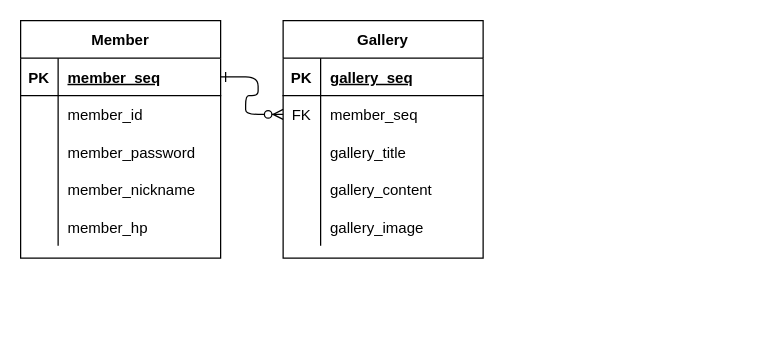
JinGoon-Kim/ccarrot_gallery keeps this draw.io diagram as Untitled Diagram.drawio. Above is the earlier version. Source tidied: cells renumbered, new cells numbered last; positions are measured from the earlier drawing's top-left corner, leaving out a move shared by most shapes. Both pictures are drawn from the tidied source at 125%, with x=0, y=0 at pixel (20, 20).
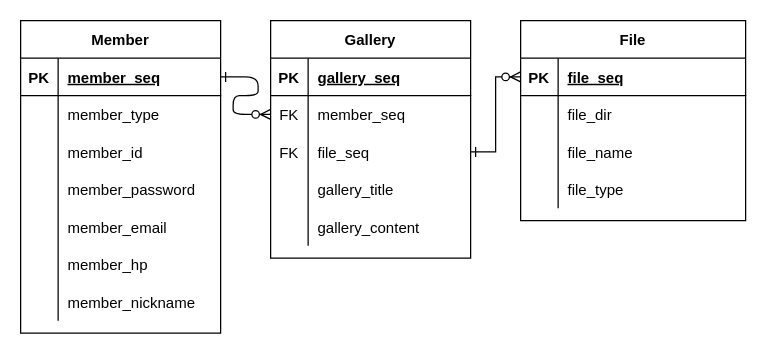
Above is the later version.

Commit message:
Ccarrot_gallery

Unchanged cells that the change refers to:
```xml
<mxCell id="23" style="shape=partialRectangle;fillColor=none;top=0;left=0;right=0;bottom=0;" parent="19" vertex="1">
  <mxGeometry y="60" width="160" height="30" as="geometry" />
</mxCell>
```

Change to the diagram source:
```diff
@@
     <mxCell id="3" value="Gallery" style="shape=table;startSize=30;childLayout=tableLayout;rowLines=0;fontStyle=1;align=center;" parent="1" vertex="1">
-      <mxGeometry x="210" width="160" height="190" as="geometry" />
+      <mxGeometry x="200" width="160" height="190" as="geometry" />
     </mxCell>
@@
+    <mxCell id="16" style="shape=partialRectangle;fillColor=none;points=[[0,0.5],[1,0.5]];portConstraint=eastwest;top=0;left=0;right=0;bottom=0;" parent="3" vertex="1">
+      <mxGeometry y="90" width="160" height="30" as="geometry" />
+    </mxCell>
+    <mxCell id="17" value="FK" style="shape=partialRectangle;overflow=hidden;fillColor=none;top=0;left=0;bottom=0;right=0;" parent="16" vertex="1">
+      <mxGeometry width="30" height="30" as="geometry" />
+    </mxCell>
+    <mxCell id="18" value="file_seq" style="shape=partialRectangle;overflow=hidden;fillColor=none;top=0;left=0;bottom=0;right=0;align=left;spacingLeft=6;" parent="16" vertex="1">
+      <mxGeometry x="30" width="130" height="30" as="geometry" />
+    </mxCell>
     <mxCell id="10" style="shape=partialRectangle;fillColor=none;top=0;left=0;right=0;bottom=0;" parent="3" vertex="1">
-      <mxGeometry y="90" width="160" height="30" as="geometry" />
+      <mxGeometry y="120" width="160" height="30" as="geometry" />
     </mxCell>
@@
     <mxCell id="13" style="shape=partialRectangle;fillColor=none;top=0;left=0;right=0;bottom=0;" parent="3" vertex="1">
-      <mxGeometry y="120" width="160" height="30" as="geometry" />
+      <mxGeometry y="150" width="160" height="30" as="geometry" />
     </mxCell>
@@
-    <mxCell id="16" style="shape=partialRectangle;fillColor=none;points=[[0,0.5],[1,0.5]];portConstraint=eastwest;top=0;left=0;right=0;bottom=0;" parent="3" vertex="1">
-      <mxGeometry y="150" width="160" height="30" as="geometry" />
-    </mxCell>
-    <mxCell id="17" style="shape=partialRectangle;overflow=hidden;fillColor=none;top=0;left=0;bottom=0;right=0;" parent="16" vertex="1">
-      <mxGeometry width="30" height="30" as="geometry" />
-    </mxCell>
-    <mxCell id="18" value="gallery_image" style="shape=partialRectangle;overflow=hidden;fillColor=none;top=0;left=0;bottom=0;right=0;align=left;spacingLeft=6;" parent="16" vertex="1">
-      <mxGeometry x="30" width="130" height="30" as="geometry" />
-    </mxCell>
     <mxCell id="19" value="Member" style="shape=table;startSize=30;childLayout=tableLayout;rowLines=0;fontStyle=1;align=center;" parent="1" vertex="1">
-      <mxGeometry width="160" height="190" as="geometry" />
+      <mxGeometry width="160" height="250" as="geometry" />
     </mxCell>
@@
-    <mxCell id="25" value="member_id" style="shape=partialRectangle;overflow=hidden;fillColor=none;top=0;left=0;bottom=0;right=0;align=left;spacingLeft=6;" parent="23" vertex="1">
+    <mxCell id="25" value="member_type" style="shape=partialRectangle;overflow=hidden;fillColor=none;top=0;left=0;bottom=0;right=0;align=left;spacingLeft=6;" parent="23" vertex="1">
       <mxGeometry x="30" width="130" height="30" as="geometry" />
     </mxCell>
+    <mxCell id="35" style="shape=partialRectangle;fillColor=none;top=0;left=0;right=0;bottom=0;" parent="19" vertex="1">
+      <mxGeometry y="90" width="160" height="30" as="geometry" />
+    </mxCell>
+    <mxCell id="36" style="shape=partialRectangle;overflow=hidden;fillColor=none;top=0;left=0;bottom=0;right=0;" parent="35" vertex="1">
+      <mxGeometry width="30" height="30" as="geometry" />
+    </mxCell>
+    <mxCell id="37" value="member_id" style="shape=partialRectangle;overflow=hidden;fillColor=none;top=0;left=0;bottom=0;right=0;align=left;spacingLeft=6;" parent="35" vertex="1">
+      <mxGeometry x="30" width="130" height="30" as="geometry" />
+    </mxCell>
     <mxCell id="26" style="shape=partialRectangle;fillColor=none;top=0;left=0;right=0;bottom=0;" parent="19" vertex="1">
-      <mxGeometry y="90" width="160" height="30" as="geometry" />
+      <mxGeometry y="120" width="160" height="30" as="geometry" />
     </mxCell>
@@
     <mxCell id="29" style="shape=partialRectangle;fillColor=none;top=0;left=0;right=0;bottom=0;" parent="19" vertex="1">
-      <mxGeometry y="120" width="160" height="30" as="geometry" />
+      <mxGeometry y="150" width="160" height="30" as="geometry" />
     </mxCell>
@@
-    <mxCell id="31" value="member_nickname" style="shape=partialRectangle;overflow=hidden;fillColor=none;top=0;left=0;bottom=0;right=0;align=left;spacingLeft=6;" parent="29" vertex="1">
+    <mxCell id="31" value="member_email" style="shape=partialRectangle;overflow=hidden;fillColor=none;top=0;left=0;bottom=0;right=0;align=left;spacingLeft=6;" parent="29" vertex="1">
       <mxGeometry x="30" width="130" height="30" as="geometry" />
     </mxCell>
     <mxCell id="32" style="shape=partialRectangle;fillColor=none;top=0;left=0;right=0;bottom=0;" parent="19" vertex="1">
-      <mxGeometry y="150" width="160" height="30" as="geometry" />
+      <mxGeometry y="180" width="160" height="30" as="geometry" />
     </mxCell>
@@
+    <mxCell id="38" style="shape=partialRectangle;fillColor=none;top=0;left=0;right=0;bottom=0;" parent="19" vertex="1">
+      <mxGeometry y="210" width="160" height="30" as="geometry" />
+    </mxCell>
+    <mxCell id="39" style="shape=partialRectangle;overflow=hidden;fillColor=none;top=0;left=0;bottom=0;right=0;" parent="38" vertex="1">
+      <mxGeometry width="30" height="30" as="geometry" />
+    </mxCell>
+    <mxCell id="40" value="member_nickname" style="shape=partialRectangle;overflow=hidden;fillColor=none;top=0;left=0;bottom=0;right=0;align=left;spacingLeft=6;" parent="38" vertex="1">
+      <mxGeometry x="30" width="130" height="30" as="geometry" />
+    </mxCell>
+    <mxCell id="41" value="File" style="shape=table;startSize=30;childLayout=tableLayout;rowLines=0;fontStyle=1;align=center;" parent="1" vertex="1">
+      <mxGeometry x="400" width="180" height="160" as="geometry" />
+    </mxCell>
+    <mxCell id="42" style="shape=partialRectangle;fillColor=none;top=0;left=0;bottom=1;right=0;points=[[0,0.5],[1,0.5]];portConstraint=eastwest;" parent="41" vertex="1">
+      <mxGeometry y="30" width="180" height="30" as="geometry" />
+    </mxCell>
+    <mxCell id="43" value="PK" style="shape=partialRectangle;fillColor=none;top=0;left=0;bottom=0;right=0;fontStyle=1;overflow=hidden;" parent="42" vertex="1">
+      <mxGeometry width="30" height="30" as="geometry" />
+    </mxCell>
+    <mxCell id="44" value="file_seq" style="shape=partialRectangle;fillColor=none;top=0;left=0;bottom=0;right=0;align=left;spacingLeft=6;fontStyle=5;overflow=hidden;" parent="42" vertex="1">
+      <mxGeometry x="30" width="150" height="30" as="geometry" />
+    </mxCell>
+    <mxCell id="45" style="shape=partialRectangle;fillColor=none;top=0;left=0;bottom=0;right=0;" parent="41" vertex="1">
+      <mxGeometry y="60" width="180" height="30" as="geometry" />
+    </mxCell>
+    <mxCell id="46" style="shape=partialRectangle;fillColor=none;top=0;left=0;bottom=0;right=0;overflow=hidden;" parent="45" vertex="1">
+      <mxGeometry width="30" height="30" as="geometry" />
+    </mxCell>
+    <mxCell id="47" value="file_dir" style="shape=partialRectangle;fillColor=none;top=0;left=0;bottom=0;right=0;align=left;spacingLeft=6;overflow=hidden;" parent="45" vertex="1">
+      <mxGeometry x="30" width="150" height="30" as="geometry" />
+    </mxCell>
+    <mxCell id="48" style="shape=partialRectangle;fillColor=none;top=0;left=0;bottom=0;right=0;" parent="41" vertex="1">
+      <mxGeometry y="90" width="180" height="30" as="geometry" />
+    </mxCell>
+    <mxCell id="49" style="shape=partialRectangle;fillColor=none;top=0;left=0;bottom=0;right=0;overflow=hidden;" parent="48" vertex="1">
+      <mxGeometry width="30" height="30" as="geometry" />
+    </mxCell>
+    <mxCell id="50" value="file_name" style="shape=partialRectangle;fillColor=none;top=0;left=0;bottom=0;right=0;align=left;spacingLeft=6;overflow=hidden;" parent="48" vertex="1">
+      <mxGeometry x="30" width="150" height="30" as="geometry" />
+    </mxCell>
+    <mxCell id="51" style="shape=partialRectangle;fillColor=none;top=0;left=0;bottom=0;right=0;" parent="41" vertex="1">
+      <mxGeometry y="120" width="180" height="30" as="geometry" />
+    </mxCell>
+    <mxCell id="52" style="shape=partialRectangle;fillColor=none;top=0;left=0;bottom=0;right=0;overflow=hidden;" parent="51" vertex="1">
+      <mxGeometry width="30" height="30" as="geometry" />
+    </mxCell>
+    <mxCell id="53" value="file_type" style="shape=partialRectangle;fillColor=none;top=0;left=0;bottom=0;right=0;align=left;spacingLeft=6;overflow=hidden;" parent="51" vertex="1">
+      <mxGeometry x="30" width="150" height="30" as="geometry" />
+    </mxCell>
+    <mxCell id="54" style="edgeStyle=orthogonalEdgeStyle;rounded=0;jettySize=auto;html=1;entryX=1;entryY=0.5;entryDx=0;entryDy=0;endArrow=ERone;endFill=0;startArrow=ERzeroToMany;startFill=1;" parent="1" edge="1" source="42" target="16">
+      <mxGeometry relative="1" as="geometry" />
+    </mxCell>
```
